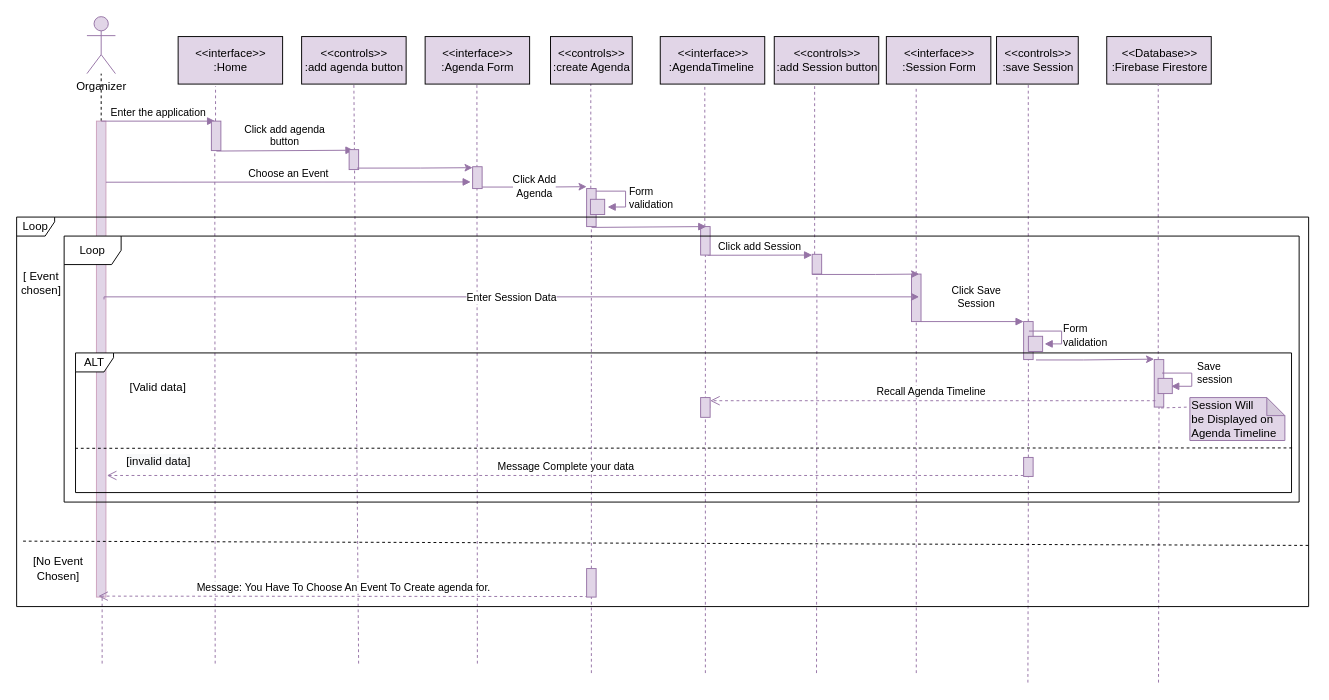
it-sCats/Fluke keeps this draw.io diagram as page "Page-1" (1 of 3) of Add Agenda.drawio. Above is the earlier version. Source tidied: cells renumbered, new cells numbered last; positions are measured from the earlier drawing's top-left corner, leaving out a move shared by most shapes. Both pictures are drawn from the tidied source at 95%, with x=0, y=0 at pixel (16, 16).
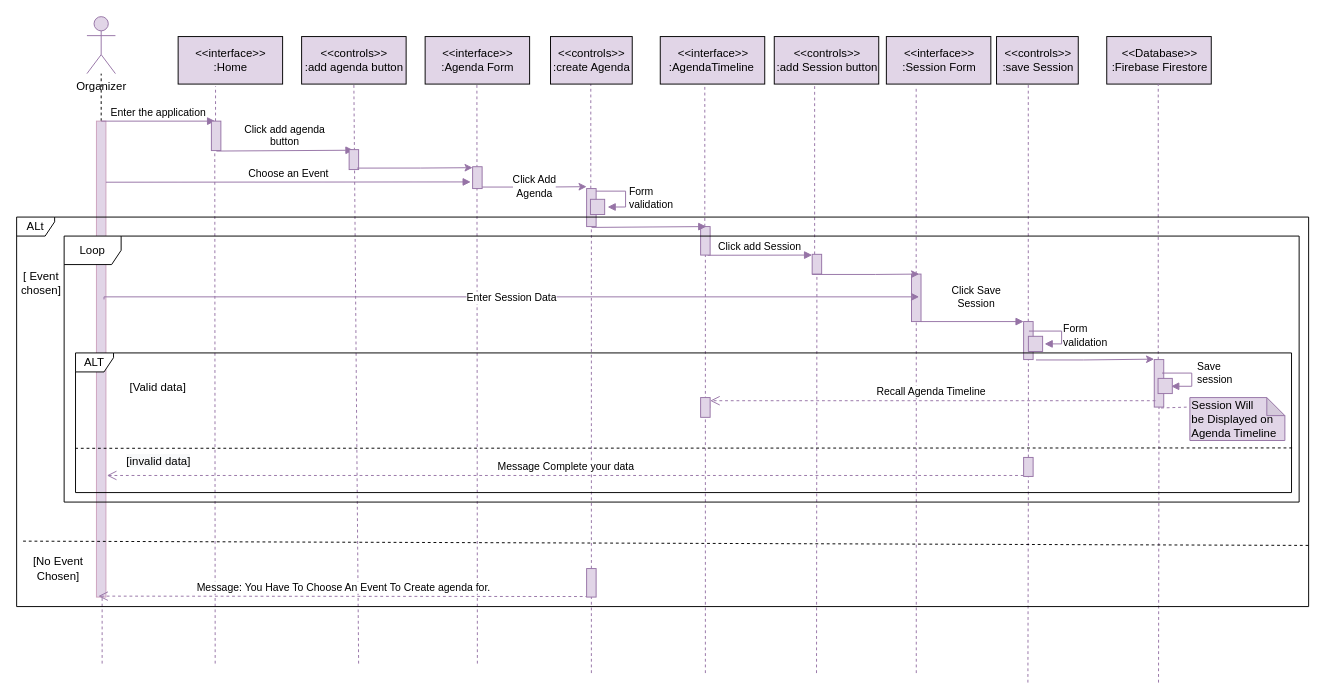
The same diagram, later.

Change to the diagram source:
```diff
@@
-    <mxCell id="73" value="Loop" style="shape=umlFrame;whiteSpace=wrap;html=1;width=40;height=20;" parent="1" vertex="1">
+    <mxCell id="73" value="ALt" style="shape=umlFrame;whiteSpace=wrap;html=1;width=40;height=20;" parent="1" vertex="1">
       <mxGeometry y="211" width="1360" height="410" as="geometry" />
     </mxCell>
```
